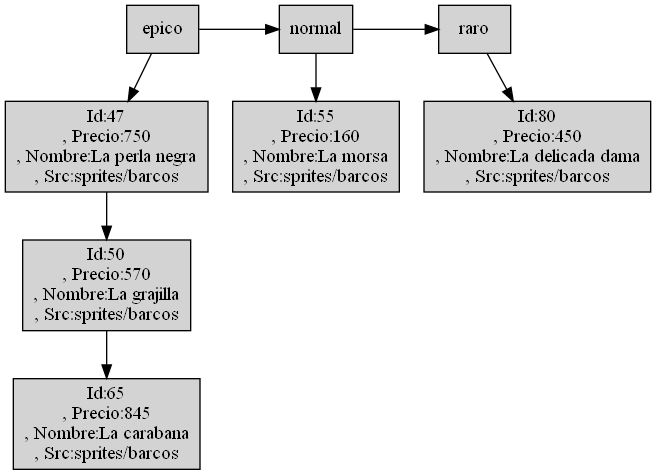
Earlier version of the Graphviz export Articles.png (Desconocido502/-EDD_2S-BatallaNaval_201902502). Its source is kept beside it as Articles.dot.
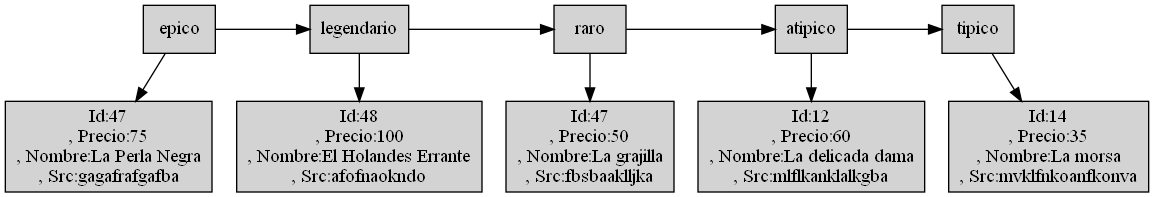
Above is the later version.

Change to the diagram source:
```diff
@@ -1,16 +1,20 @@
 digraph G {
 "0epico"[shape=box, rankdir=UD, style=filled, label="epico", pos="0,-0!"];
-"0Node47_0"[shape=box, rankdir=LR, style=filled, label="Id:47\n, Precio:750\n, Nombre:La perla negra\n, Src:sprites/barcos", pos="0,-0!"];
-"0Node50_1"[shape=box, rankdir=LR, style=filled, label="Id:50\n, Precio:570\n, Nombre:La grajilla\n, Src:sprites/barcos", pos="1,-0!"];
-"0Node65_2"[shape=box, rankdir=LR, style=filled, label="Id:65\n, Precio:845\n, Nombre:La carabana\n, Src:sprites/barcos", pos="2,-0!"];
-"0normal"[shape=box, rankdir=UD, style=filled, label="normal", pos="0,-1!"];
-"1Node55_0"[shape=box, rankdir=LR, style=filled, label="Id:55\n, Precio:160\n, Nombre:La morsa\n, Src:sprites/barcos", pos="0,-1!"];
+"0Node47_0"[shape=box, rankdir=LR, style=filled, label="Id:47\n, Precio:75\n, Nombre:La Perla Negra\n, Src:gagafrafgafba", pos="0,-0!"];
+"0legendario"[shape=box, rankdir=UD, style=filled, label="legendario", pos="0,-1!"];
+"1Node48_0"[shape=box, rankdir=LR, style=filled, label="Id:48\n, Precio:100\n, Nombre:El Holandes Errante\n, Src:afofnaokndo", pos="0,-1!"];
 "0raro"[shape=box, rankdir=UD, style=filled, label="raro", pos="0,-2!"];
-"2Node80_0"[shape=box, rankdir=LR, style=filled, label="Id:80\n, Precio:450\n, Nombre:La delicada dama\n, Src:sprites/barcos", pos="0,-2!"];
-"0epico"->"0normal"->"0raro"
-"0epico"->"0Node47_0"->"0Node50_1"->"0Node65_2"
-"0normal"->"1Node55_0"
-"0raro"->"2Node80_0"
+"2Node47_0"[shape=box, rankdir=LR, style=filled, label="Id:47\n, Precio:50\n, Nombre:La grajilla\n, Src:fbsbaaklljka", pos="0,-2!"];
+"0atipico"[shape=box, rankdir=UD, style=filled, label="atipico", pos="0,-3!"];
+"3Node12_0"[shape=box, rankdir=LR, style=filled, label="Id:12\n, Precio:60\n, Nombre:La delicada dama\n, Src:mlflkanklalkgba", pos="0,-3!"];
+"0tipico"[shape=box, rankdir=UD, style=filled, label="tipico", pos="0,-4!"];
+"4Node14_0"[shape=box, rankdir=LR, style=filled, label="Id:14\n, Precio:35\n, Nombre:La morsa\n, Src:mvklfnkoanfkonva", pos="0,-4!"];
+"0epico"->"0legendario"->"0raro"->"0atipico"->"0tipico"
+"0epico"->"0Node47_0"
+"0legendario"->"1Node48_0"
+"0raro"->"2Node47_0"
+"0atipico"->"3Node12_0"
+"0tipico"->"4Node14_0"
 
-{rank=same;"0epico","0normal","0raro"};
+{rank=same;"0epico","0legendario","0raro","0atipico","0tipico"};
 }
```
